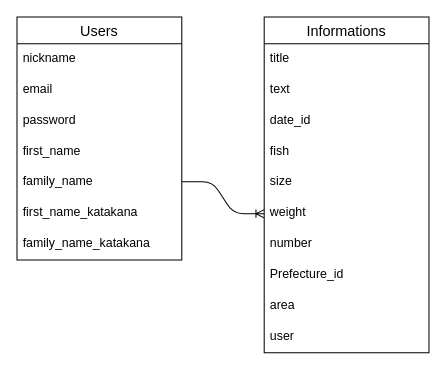
The draw.io diagram fishing.dio in Yukitaka-PG/fishing, before the edit. Source tidied: cells renumbered, new cells numbered last; positions are measured from the earlier drawing's top-left corner, leaving out a move shared by most shapes. Both pictures are drawn from the tidied source at 103%, with x=0, y=0 at pixel (16, 16).
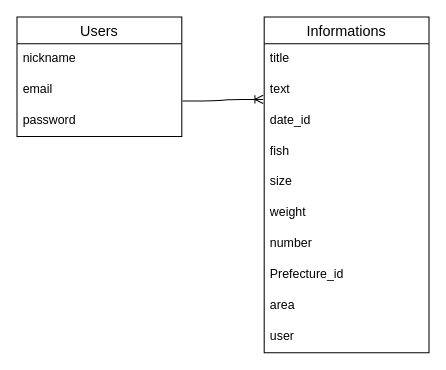
The same diagram, later.

Unchanged cells that the change refers to:
```xml
<mxCell id="4" value="email" style="text;strokeColor=none;fillColor=none;spacingLeft=4;spacingRight=4;overflow=hidden;points=[[0,0.5],[1,0.5]];portConstraint=eastwest;fontSize=12;" parent="2" vertex="1">
  <mxGeometry y="56" width="160" height="30" as="geometry" />
</mxCell>
<mxCell id="16" value="weight" style="text;strokeColor=none;fillColor=none;spacingLeft=4;spacingRight=4;overflow=hidden;points=[[0,0.5],[1,0.5]];portConstraint=eastwest;fontSize=12;" parent="10" vertex="1">
  <mxGeometry y="176" width="160" height="30" as="geometry" />
</mxCell>
```

Change to the diagram source:
```diff
@@
     <mxCell id="2" value="Users" style="swimlane;fontStyle=0;horizontal=1;startSize=26;align=center;fontSize=14;direction=east;" parent="1" vertex="1">
-      <mxGeometry width="160" height="236" as="geometry" />
+      <mxGeometry width="160" height="116" as="geometry" />
     </mxCell>
@@
-    <mxCell id="6" value="first_name" style="text;strokeColor=none;fillColor=none;spacingLeft=4;spacingRight=4;overflow=hidden;fontSize=12;" parent="2" vertex="1">
-      <mxGeometry y="116" width="160" height="30" as="geometry" />
-    </mxCell>
-    <mxCell id="7" value="family_name" style="text;strokeColor=none;fillColor=none;spacingLeft=4;spacingRight=4;overflow=hidden;fontSize=12;" parent="2" vertex="1">
-      <mxGeometry y="146" width="160" height="30" as="geometry" />
-    </mxCell>
-    <mxCell id="8" value="first_name_katakana" style="text;strokeColor=none;fillColor=none;spacingLeft=4;spacingRight=4;overflow=hidden;fontSize=12;" parent="2" vertex="1">
-      <mxGeometry y="176" width="160" height="30" as="geometry" />
-    </mxCell>
-    <mxCell id="9" value="family_name_katakana" style="text;strokeColor=none;fillColor=none;spacingLeft=4;spacingRight=4;overflow=hidden;fontSize=12;" parent="2" vertex="1">
-      <mxGeometry y="206" width="160" height="30" as="geometry" />
-    </mxCell>
@@
-    <mxCell id="21" style="edgeStyle=entityRelationEdgeStyle;fontSize=12;html=1;endArrow=ERoneToMany;entryX=0;entryY=0.5;entryDx=0;entryDy=0;" parent="1" edge="1" target="16">
+    <mxCell id="21" style="edgeStyle=entityRelationEdgeStyle;fontSize=12;html=1;endArrow=ERoneToMany;exitX=1.004;exitY=0.85;exitDx=0;exitDy=0;exitPerimeter=0;" parent="1" edge="1" source="4">
       <mxGeometry relative="1" as="geometry">
-        <mxPoint x="160" y="160" as="sourcePoint" />
+        <mxPoint x="239" y="80" as="targetPoint" />
       </mxGeometry>
     </mxCell>
```
